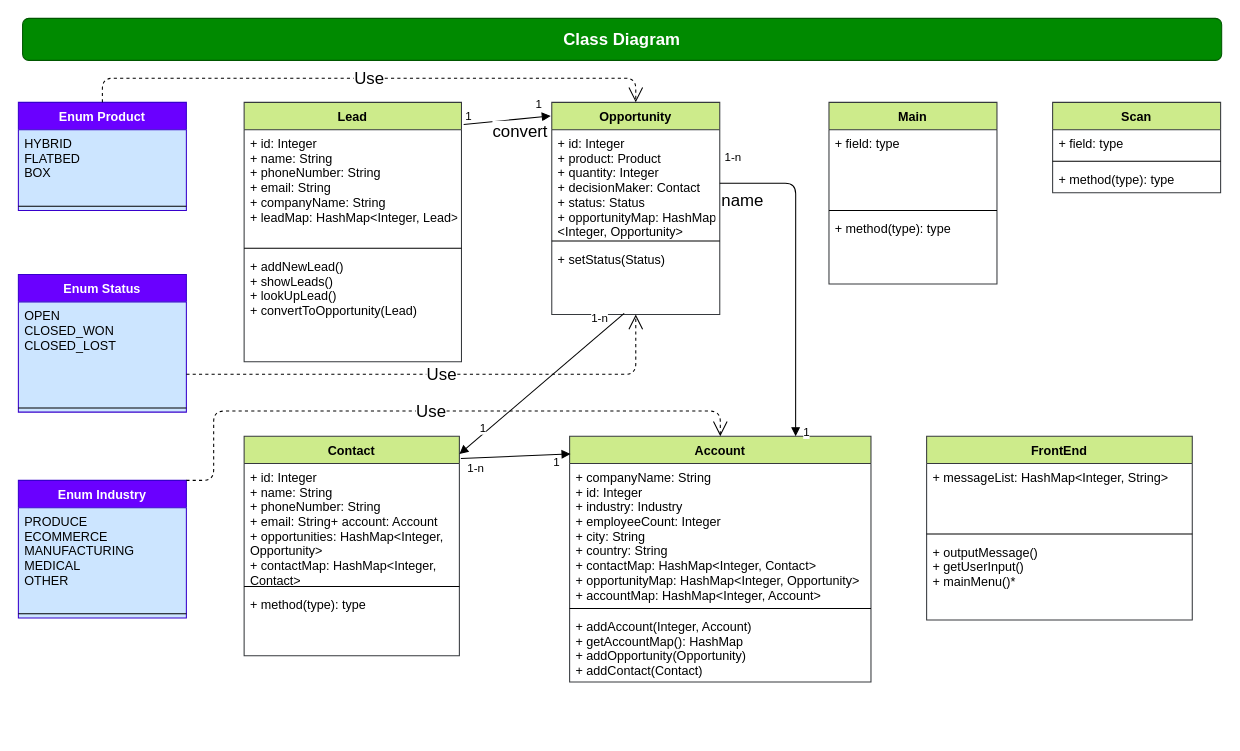
Above: docs/ClassDiagram_CRM.drawio in kemilk/leanCRM (draw.io), before the change. Source tidied: cells renumbered, new cells numbered last; positions are measured from the earlier drawing's top-left corner, leaving out a move shared by most shapes. Both pictures are drawn from the tidied source at 105%, with x=0, y=0 at pixel (18, 18).
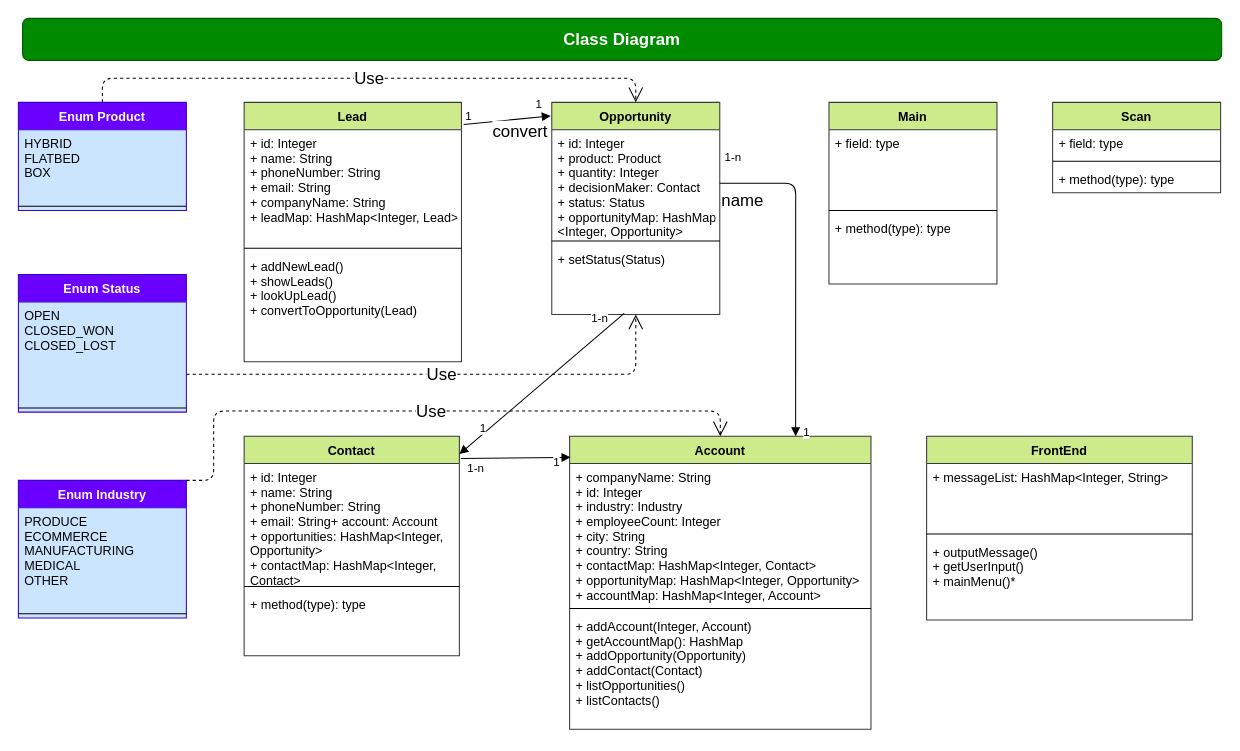
The same page after the edit.

Commit message:
Update Class Diagramm List-Methods Account Class

What changed in the source:
```diff
@@
     <mxCell id="17" value="Account" style="swimlane;fontStyle=1;align=center;verticalAlign=top;horizontal=1;startSize=26;fillColor=#cdeb8b;strokeColor=#36393d;" parent="1" vertex="1">
-      <mxGeometry x="525" y="398" width="287" height="234" as="geometry" />
+      <mxGeometry x="525" y="398" width="287" height="279" as="geometry" />
     </mxCell>
@@
-    <mxCell id="20" value="+ addAccount(Integer, Account)&#10;+ getAccountMap(): HashMap&#10;+ addOpportunity(Opportunity)&#10;+ addContact(Contact)&#10;&#10;" style="text;strokeColor=none;fillColor=none;align=left;verticalAlign=top;spacingLeft=4;spacingRight=4;overflow=hidden;" parent="17" vertex="1">
-      <mxGeometry y="168" width="287" height="66" as="geometry" />
+    <mxCell id="20" value="+ addAccount(Integer, Account)&#10;+ getAccountMap(): HashMap&#10;+ addOpportunity(Opportunity)&#10;+ addContact(Contact)&#10;+ listOpportunities()&#10;+ listContacts()&#10;&#10;&#10;" style="text;strokeColor=none;fillColor=none;align=left;verticalAlign=top;spacingLeft=4;spacingRight=4;overflow=hidden;" parent="17" vertex="1">
+      <mxGeometry y="168" width="287" height="111" as="geometry" />
     </mxCell>
```
